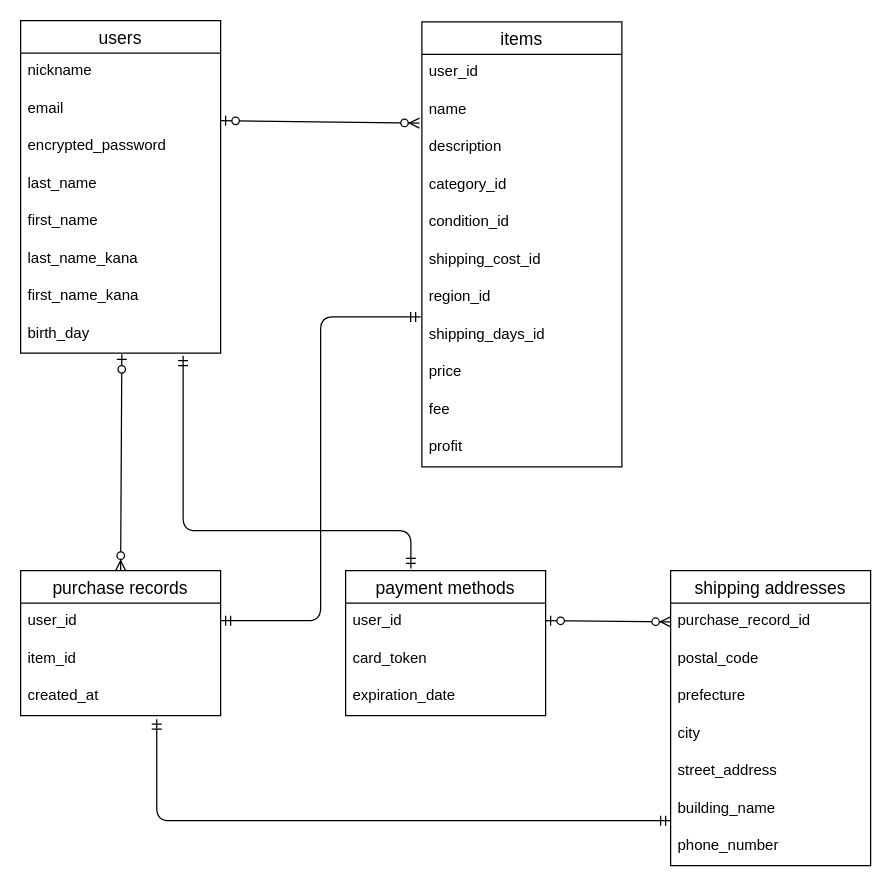
warawarakid/furima-39153 keeps this draw.io diagram as furima.dio. Above is the earlier version. Source tidied: cells renumbered, new cells numbered last; positions are measured from the earlier drawing's top-left corner, leaving out a move shared by most shapes. Both pictures are drawn from the tidied source at 125%, with x=0, y=0 at pixel (20, 20).
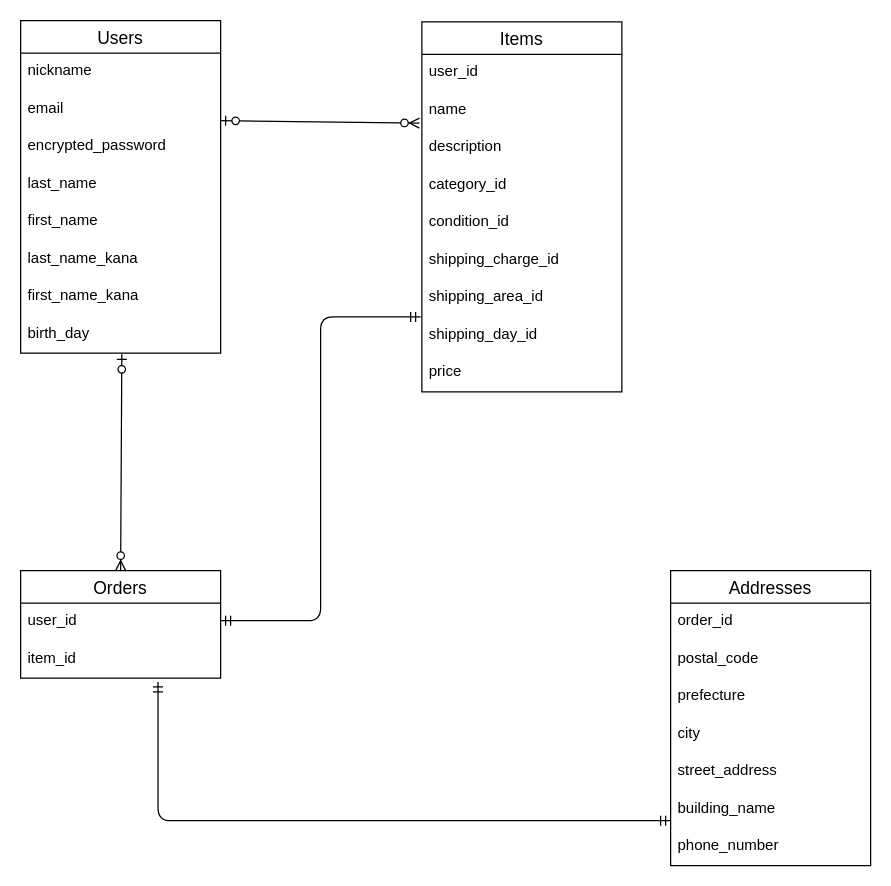
The same diagram, later.

The change refers to these unchanged cells:
```xml
<mxCell id="26" value="item_id" style="text;strokeColor=none;fillColor=none;spacingLeft=4;spacingRight=4;overflow=hidden;points=[[0,0.5],[1,0.5]];portConstraint=eastwest;fontSize=12;" parent="24" vertex="1">
  <mxGeometry y="56" width="160" height="30" as="geometry" />
</mxCell>
```

What changed in the source:
```diff
@@
-    <mxCell id="2" value="users" style="swimlane;fontStyle=0;horizontal=1;startSize=26;align=center;fontSize=14;" parent="1" vertex="1">
+    <mxCell id="2" value="Users" style="swimlane;fontStyle=0;horizontal=1;startSize=26;align=center;fontSize=14;" parent="1" vertex="1">
       <mxGeometry width="160" height="266" as="geometry" />
     </mxCell>
@@
-    <mxCell id="11" value="items" style="swimlane;fontStyle=0;horizontal=1;startSize=26;align=center;fontSize=14;" parent="1" vertex="1">
-      <mxGeometry x="321" y="1" width="160" height="356" as="geometry" />
+    <mxCell id="11" value="Items" style="swimlane;fontStyle=0;horizontal=1;startSize=26;align=center;fontSize=14;" parent="1" vertex="1">
+      <mxGeometry x="321" y="1" width="160" height="296" as="geometry" />
     </mxCell>
@@
+    <mxCell id="45" value="shipping_charge_id" style="text;strokeColor=none;fillColor=none;spacingLeft=4;spacingRight=4;overflow=hidden;fontSize=12;" parent="11" vertex="1">
+      <mxGeometry y="176" width="160" height="30" as="geometry" />
+    </mxCell>
-    <mxCell id="17" value="shipping_cost_id" style="text;strokeColor=none;fillColor=none;spacingLeft=4;spacingRight=4;overflow=hidden;fontSize=12;" parent="11" vertex="1">
-      <mxGeometry y="176" width="160" height="30" as="geometry" />
+    <mxCell id="17" value="shipping_area_id" style="text;strokeColor=none;fillColor=none;spacingLeft=4;spacingRight=4;overflow=hidden;fontSize=12;" parent="11" vertex="1">
+      <mxGeometry y="206" width="160" height="30" as="geometry" />
     </mxCell>
-    <mxCell id="18" value="region_id" style="text;strokeColor=none;fillColor=none;spacingLeft=4;spacingRight=4;overflow=hidden;fontSize=12;" parent="11" vertex="1">
-      <mxGeometry y="206" width="160" height="30" as="geometry" />
-    </mxCell>
-    <mxCell id="19" value="shipping_days_id" style="text;strokeColor=none;fillColor=none;spacingLeft=4;spacingRight=4;overflow=hidden;fontSize=12;" parent="11" vertex="1">
-      <mxGeometry y="236" width="160" height="30" as="geometry" />
-    </mxCell>
+    <mxCell id="46" value="shipping_day_id" style="text;strokeColor=none;fillColor=none;spacingLeft=4;spacingRight=4;overflow=hidden;fontSize=12;" parent="11" vertex="1">
+      <mxGeometry y="236" width="160" height="30" as="geometry" />
+    </mxCell>
@@
-    <mxCell id="21" value="fee" style="text;strokeColor=none;fillColor=none;spacingLeft=4;spacingRight=4;overflow=hidden;fontSize=12;" parent="11" vertex="1">
-      <mxGeometry y="296" width="160" height="30" as="geometry" />
-    </mxCell>
-    <mxCell id="22" value="profit" style="text;strokeColor=none;fillColor=none;spacingLeft=4;spacingRight=4;overflow=hidden;fontSize=12;" parent="11" vertex="1">
-      <mxGeometry y="326" width="160" height="30" as="geometry" />
-    </mxCell>
@@
-    <mxCell id="24" value="purchase records" style="swimlane;fontStyle=0;horizontal=1;startSize=26;align=center;fontSize=14;" parent="1" vertex="1">
-      <mxGeometry y="440" width="160" height="116" as="geometry" />
+    <mxCell id="24" value="Orders" style="swimlane;fontStyle=0;horizontal=1;startSize=26;align=center;fontSize=14;" parent="1" vertex="1">
+      <mxGeometry y="440" width="160" height="86" as="geometry" />
     </mxCell>
@@
-    <mxCell id="27" value="created_at" style="text;strokeColor=none;fillColor=none;spacingLeft=4;spacingRight=4;overflow=hidden;fontSize=12;" parent="24" vertex="1">
-      <mxGeometry y="86" width="160" height="30" as="geometry" />
-    </mxCell>
-    <mxCell id="28" value="shipping addresses" style="swimlane;fontStyle=0;horizontal=1;startSize=26;align=center;fontSize=14;" parent="1" vertex="1">
+    <mxCell id="28" value="Addresses" style="swimlane;fontStyle=0;horizontal=1;startSize=26;align=center;fontSize=14;" parent="1" vertex="1">
       <mxGeometry x="520" y="440" width="160" height="236" as="geometry" />
     </mxCell>
-    <mxCell id="29" value="purchase_record_id" style="text;strokeColor=none;fillColor=none;spacingLeft=4;spacingRight=4;overflow=hidden;points=[[0,0.5],[1,0.5]];portConstraint=eastwest;fontSize=12;" parent="28" vertex="1">
+    <mxCell id="29" value="order_id" style="text;strokeColor=none;fillColor=none;spacingLeft=4;spacingRight=4;overflow=hidden;points=[[0,0.5],[1,0.5]];portConstraint=eastwest;fontSize=12;" parent="28" vertex="1">
       <mxGeometry y="26" width="160" height="30" as="geometry" />
     </mxCell>
@@
-    <mxCell id="36" value="payment methods" style="swimlane;fontStyle=0;horizontal=1;startSize=26;align=center;fontSize=14;" parent="1" vertex="1">
-      <mxGeometry x="260" y="440" width="160" height="116" as="geometry" />
-    </mxCell>
-    <mxCell id="37" value="user_id" style="text;strokeColor=none;fillColor=none;spacingLeft=4;spacingRight=4;overflow=hidden;fontSize=12;" parent="36" vertex="1">
-      <mxGeometry y="26" width="160" height="30" as="geometry" />
-    </mxCell>
-    <mxCell id="38" value="card_token" style="text;strokeColor=none;fillColor=none;spacingLeft=4;spacingRight=4;overflow=hidden;fontSize=12;" parent="36" vertex="1">
-      <mxGeometry y="56" width="160" height="30" as="geometry" />
-    </mxCell>
-    <mxCell id="39" value="expiration_date" style="text;strokeColor=none;fillColor=none;spacingLeft=4;spacingRight=4;overflow=hidden;fontSize=12;" parent="36" vertex="1">
-      <mxGeometry y="86" width="160" height="30" as="geometry" />
-    </mxCell>
@@
-    <mxCell id="41" style="fontSize=12;html=1;endArrow=ERzeroToMany;startArrow=ERzeroToOne;entryX=0;entryY=0.5;entryDx=0;entryDy=0;" parent="1" edge="1" target="29">
-      <mxGeometry relative="1" as="geometry">
-        <mxPoint x="420" y="480" as="sourcePoint" />
-      </mxGeometry>
-    </mxCell>
-    <mxCell id="42" style="edgeStyle=elbowEdgeStyle;fontSize=12;html=1;endArrow=ERmandOne;startArrow=ERmandOne;exitX=0.743;exitY=1.094;exitDx=0;exitDy=0;exitPerimeter=0;elbow=vertical;" parent="1" edge="1">
+    <mxCell id="42" style="edgeStyle=elbowEdgeStyle;fontSize=12;html=1;endArrow=ERmandOne;startArrow=ERmandOne;exitX=0.687;exitY=1.103;exitDx=0;exitDy=0;exitPerimeter=0;elbow=vertical;" parent="1" edge="1" source="26">
       <mxGeometry relative="1" as="geometry">
-        <mxPoint x="108.9" y="558.8" as="sourcePoint" />
         <mxPoint x="520" y="640" as="targetPoint" />
         <Array as="points">
           <mxPoint x="290" y="640" />
         </Array>
       </mxGeometry>
     </mxCell>
@@
-    <mxCell id="44" style="edgeStyle=orthogonalEdgeStyle;fontSize=12;html=1;endArrow=ERmandOne;startArrow=ERmandOne;exitX=0.326;exitY=-0.024;exitDx=0;exitDy=0;exitPerimeter=0;" parent="1" edge="1">
-      <mxGeometry relative="1" as="geometry">
-        <mxPoint x="312.2" y="438.2" as="sourcePoint" />
-        <mxPoint x="130" y="268" as="targetPoint" />
-        <Array as="points">
-          <mxPoint x="312" y="408" />
-          <mxPoint x="130" y="408" />
-        </Array>
-      </mxGeometry>
-    </mxCell>
```
